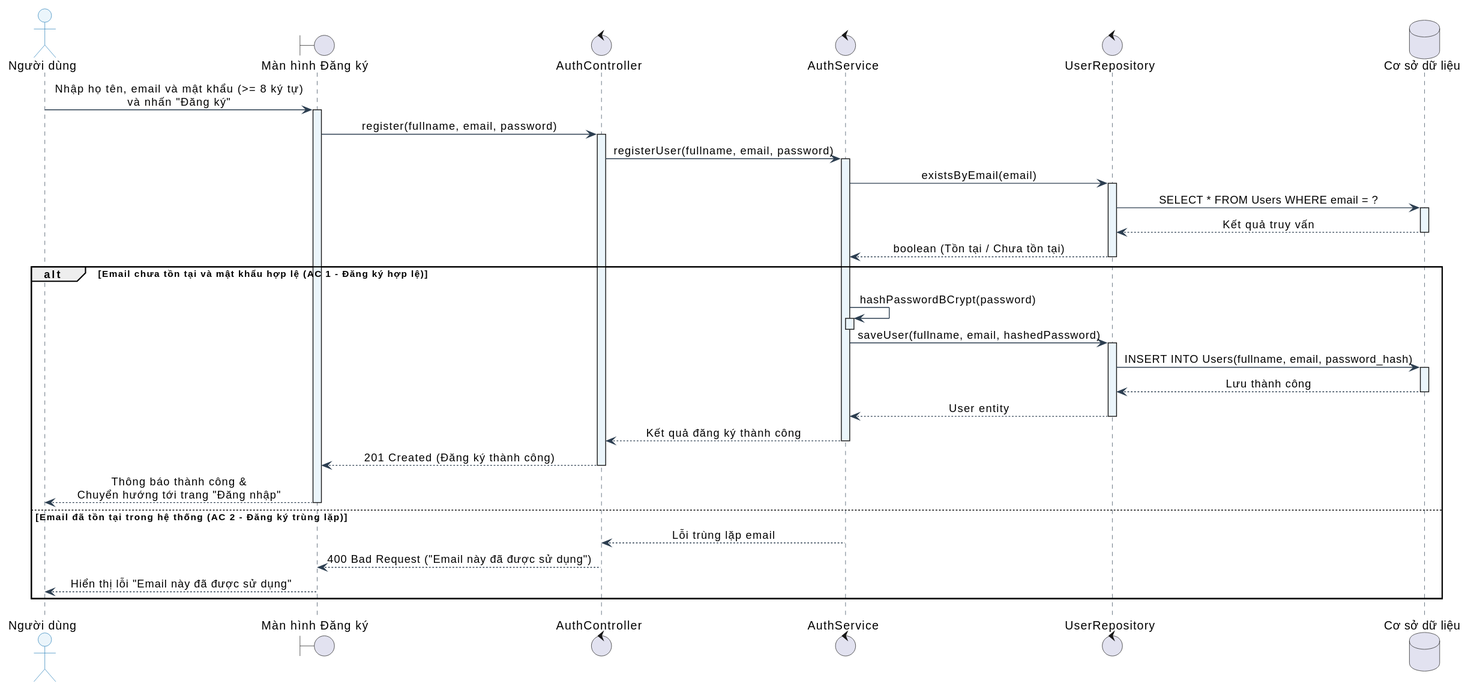
Above: docs/diagrams/auth/sequence-auth-register.svg in Phuc280106/BrewLite2 (PlantUML), before the change.
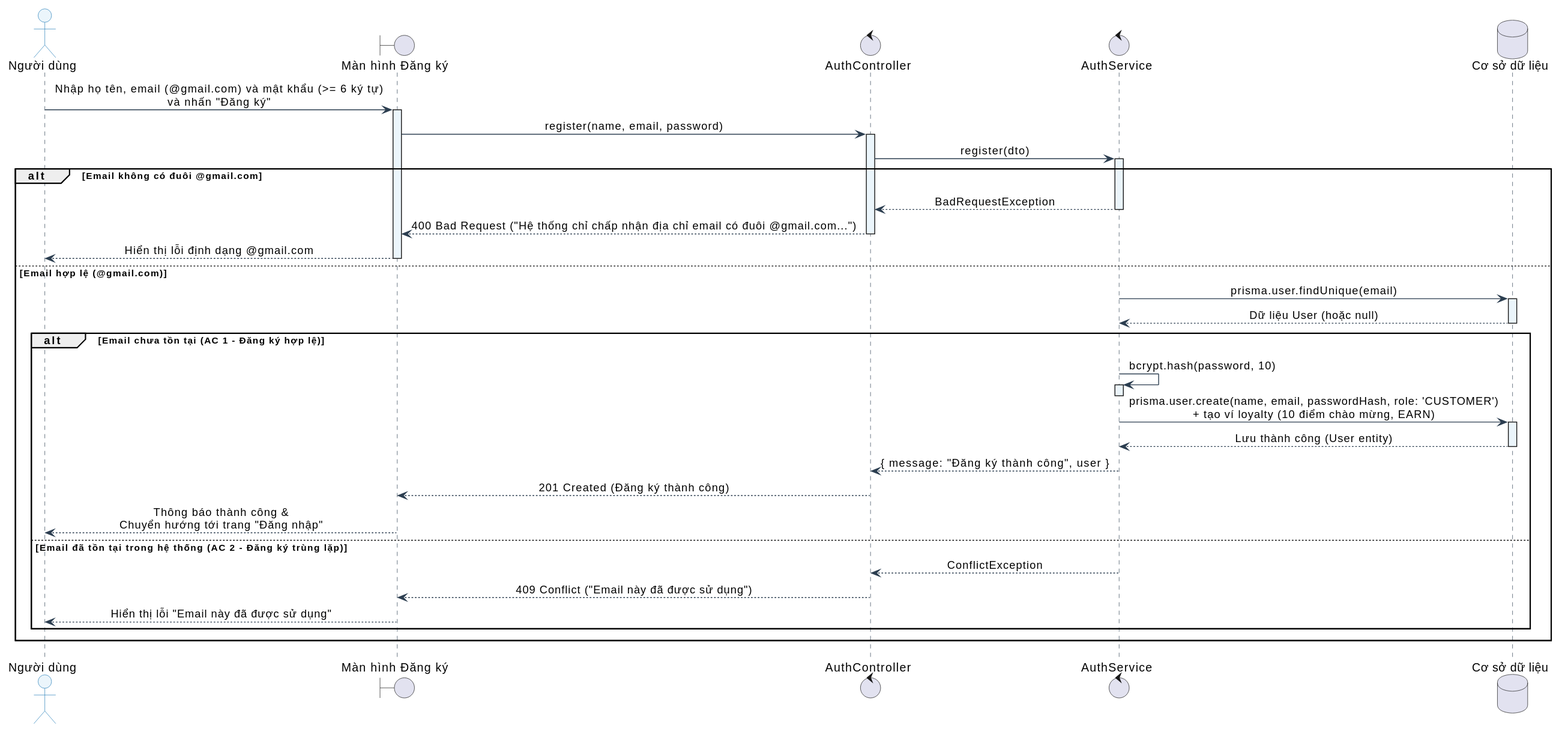
The same diagram one commit later.

Commit message:
fix(diagram): chỉnh sửa lại các sequence auth

Diff of the diagram source:
```diff
@@ -22,30 +22,32 @@
 boundary "Màn hình Đăng ký" as RegisterUI
 control "AuthController" as Controller
 control "AuthService" as Service
-control "UserRepository" as Repo
 database "Cơ sở dữ liệu" as DB
 
-User -> RegisterUI : Nhập họ tên, email và mật khẩu (>= 8 ký tự)\nvà nhấn "Đăng ký"
-RegisterUI -> Controller : register(fullname, email, password)
-Controller -> Service : registerUser(fullname, email, password)
-Service -> Repo : existsByEmail(email)
-Repo -> DB : SELECT * FROM Users WHERE email = ?
-DB --> Repo : Kết quả truy vấn
-Repo --> Service : boolean (Tồn tại / Chưa tồn tại)
+User -> RegisterUI : Nhập họ tên, email (@gmail.com) và mật khẩu (>= 6 ký tự)\nvà nhấn "Đăng ký"
+RegisterUI -> Controller : register(name, email, password)
+Controller -> Service : register(dto)
 
-alt Email chưa tồn tại và mật khẩu hợp lệ (AC 1 - Đăng ký hợp lệ)
-    Service -> Service : hashPasswordBCrypt(password)
-    deactivate Service
-    Service -> Repo : saveUser(fullname, email, hashedPassword)
-    Repo -> DB : INSERT INTO Users(fullname, email, password_hash)
-    DB --> Repo : Lưu thành công
-    Repo --> Service : User entity
-    Service --> Controller : Kết quả đăng ký thành công
-    Controller --> RegisterUI : 201 Created (Đăng ký thành công)
-    RegisterUI --> User : Thông báo thành công &\nChuyển hướng tới trang "Đăng nhập"
-else Email đã tồn tại trong hệ thống (AC 2 - Đăng ký trùng lặp)
-    Service --> Controller : Lỗi trùng lặp email
-    Controller --> RegisterUI : 400 Bad Request ("Email này đã được sử dụng")
-    RegisterUI --> User : Hiển thị lỗi "Email này đã được sử dụng"
+alt Email không có đuôi @gmail.com
+    Service --> Controller : BadRequestException
+    Controller --> RegisterUI : 400 Bad Request ("Hệ thống chỉ chấp nhận địa chỉ email có đuôi @gmail.com...")
+    RegisterUI --> User : Hiển thị lỗi định dạng @gmail.com
+else Email hợp lệ (@gmail.com)
+    Service -> DB : prisma.user.findUnique(email)
+    DB --> Service : Dữ liệu User (hoặc null)
+
+    alt Email chưa tồn tại (AC 1 - Đăng ký hợp lệ)
+        Service -> Service : bcrypt.hash(password, 10)
+        deactivate Service
+        Service -> DB : prisma.user.create(name, email, passwordHash, role: 'CUSTOMER')\n+ tạo ví loyalty (10 điểm chào mừng, EARN)
+        DB --> Service : Lưu thành công (User entity)
+        Service --> Controller : { message: "Đăng ký thành công", user }
+        Controller --> RegisterUI : 201 Created (Đăng ký thành công)
+        RegisterUI --> User : Thông báo thành công &\nChuyển hướng tới trang "Đăng nhập"
+    else Email đã tồn tại trong hệ thống (AC 2 - Đăng ký trùng lặp)
+        Service --> Controller : ConflictException
+        Controller --> RegisterUI : 409 Conflict ("Email này đã được sử dụng")
+        RegisterUI --> User : Hiển thị lỗi "Email này đã được sử dụng"
+    end
 end
 @enduml
```
